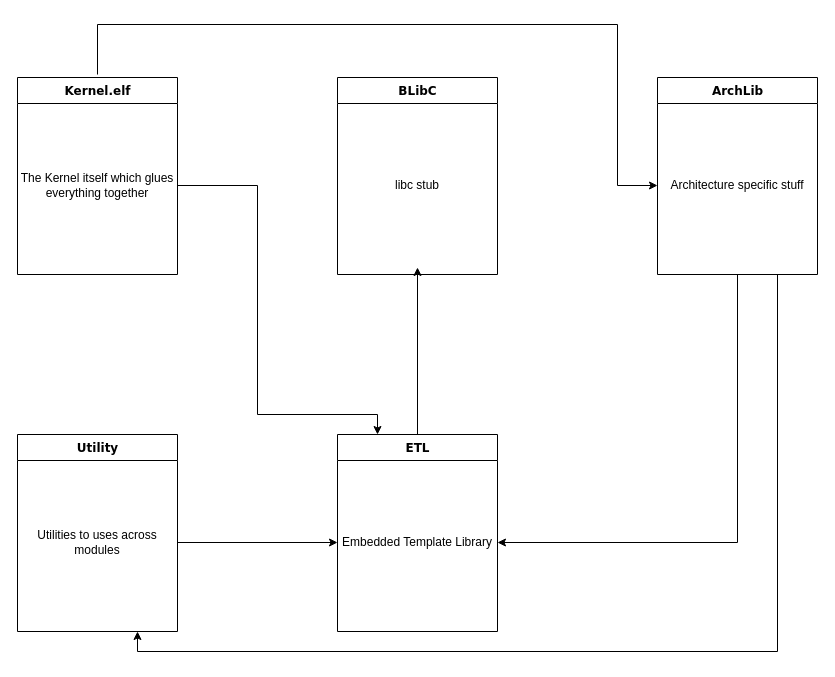
The draw.io diagram Docs/Module Diagram.drawio in cbladt/BladtOS, before the edit. Source tidied: cells renumbered, new cells numbered last; positions are measured from the earlier drawing's top-left corner, leaving out a move shared by most shapes. Both pictures are drawn from the tidied source at 100%, with x=0, y=0 at pixel (17, 24).
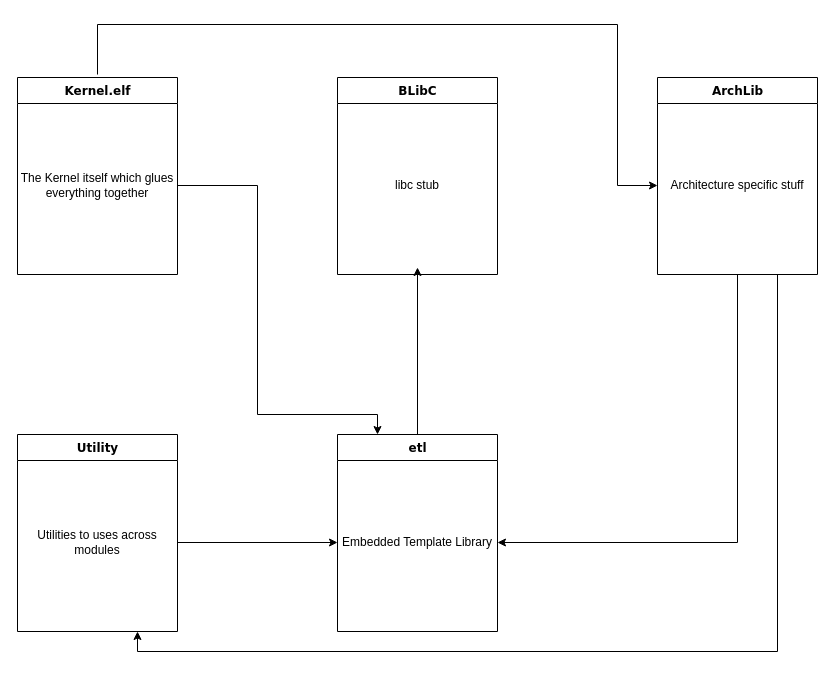
After the change.

Commit message (it also covers changes not shown here):
Fixed diagram i think

Change to the diagram source:
```diff
@@
-    <mxCell id="13" value="ETL" style="swimlane;html=1;fontStyle=1;align=center;verticalAlign=top;horizontal=1;startSize=26;swimlaneFillColor=#ffffff;rounded=0;shadow=0;comic=0;labelBackgroundColor=none;strokeColor=#000000;strokeWidth=1;fillColor=none;fontFamily=Verdana;fontSize=12;fontColor=#000000;" parent="1" vertex="1">
+    <mxCell id="13" value="etl" style="swimlane;html=1;fontStyle=1;align=center;verticalAlign=top;horizontal=1;startSize=26;swimlaneFillColor=#ffffff;rounded=0;shadow=0;comic=0;labelBackgroundColor=none;strokeColor=#000000;strokeWidth=1;fillColor=none;fontFamily=Verdana;fontSize=12;fontColor=#000000;" parent="1" vertex="1">
       <mxGeometry x="320" y="410" width="160" height="197" as="geometry" />
     </mxCell>
```
